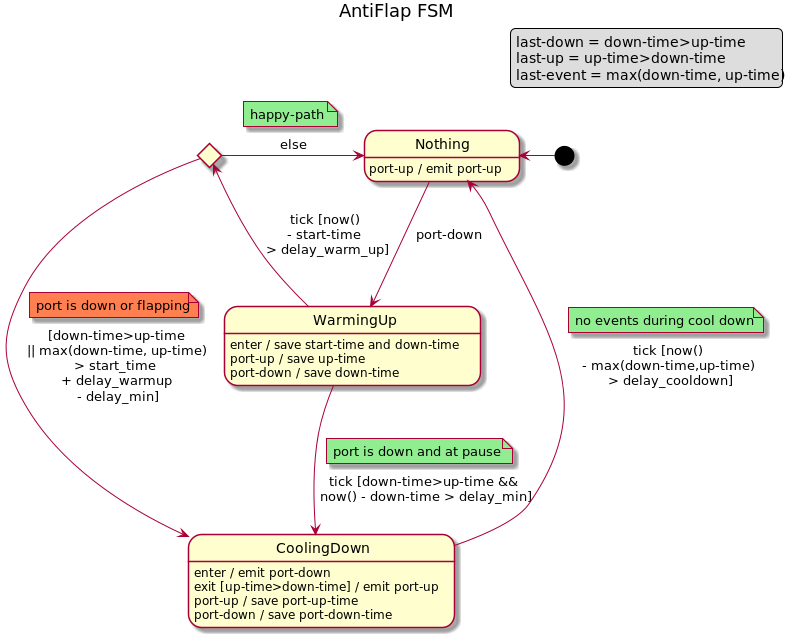
Before: docs/design/network-discovery/AF-FSM.png, a diagram exported from PlantUML (telstra/open-kilda). Source of this version:
```plantuml
@startuml
title AntiFlap FSM
legend top right
    last-down = down-time>up-time
    last-up = up-time>down-time
    last-event = max(down-time, up-time)
endlegend

[*] -l-> Nothing
state WarmingUpEnded <<choice>>

Nothing : port-up / emit port-up
Nothing -d-> WarmingUp : port-down

WarmingUp: enter / save start-time and down-time
WarmingUp: port-up / save up-time
WarmingUp: port-down / save down-time
WarmingUp -d-> CoolingDown : tick [down-time>up-time &&\nnow() - down-time > delay_min]
note top on link #lightgreen: port is down and at pause
WarmingUp -l-> WarmingUpEnded : tick [now() \n- start-time \n> delay_warm_up]

WarmingUpEnded -> CoolingDown : [down-time>up-time \n|| max(down-time, up-time) \n> start_time \n+ delay_warmup \n- delay_min]
note top on link #coral: port is down or flapping
WarmingUpEnded -> Nothing : else
note top on link #lightgreen: happy-path

CoolingDown: enter / emit port-down
CoolingDown: exit [up-time>down-time] / emit port-up
CoolingDown: port-up / save port-up-time
CoolingDown: port-down / save port-down-time
CoolingDown -u-> Nothing : tick [now() \n- max(down-time,up-time) \n> delay_cooldown]
note top on link #lightgreen: no events during cool down
@enduml
```
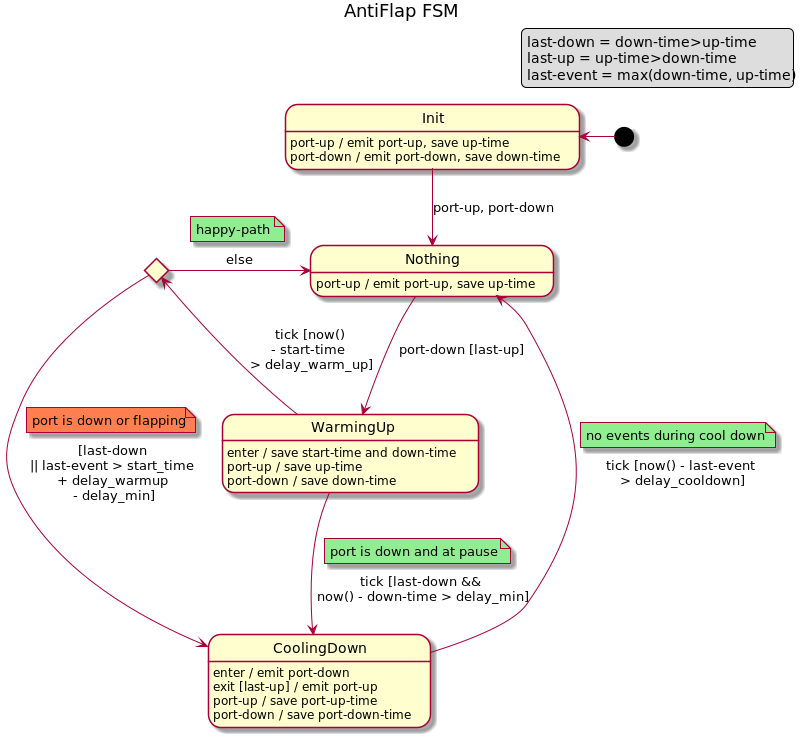
The same diagram one commit later.

Commit message:
Fix Antiflap for skip UP event on WarmingUp state mk2

The edit, as a diff of the source:
```diff
@@ -6,28 +6,33 @@
     last-event = max(down-time, up-time)
 endlegend
 
-[*] -l-> Nothing
+[*] -l-> Init
+
+Init --> Nothing : port-up, port-down
+Init: port-up / emit port-up, save up-time
+Init: port-down / emit port-down, save down-time
+
 state WarmingUpEnded <<choice>>
 
-Nothing : port-up / emit port-up
-Nothing -d-> WarmingUp : port-down
+Nothing: port-up / emit port-up, save up-time
+Nothing -d-> WarmingUp : port-down [last-up]
 
 WarmingUp: enter / save start-time and down-time
 WarmingUp: port-up / save up-time
 WarmingUp: port-down / save down-time
-WarmingUp -d-> CoolingDown : tick [down-time>up-time &&\nnow() - down-time > delay_min]
+WarmingUp -d-> CoolingDown : tick [last-down &&\nnow() - down-time > delay_min]
 note top on link #lightgreen: port is down and at pause
 WarmingUp -l-> WarmingUpEnded : tick [now() \n- start-time \n> delay_warm_up]
 
-WarmingUpEnded -> CoolingDown : [down-time>up-time \n|| max(down-time, up-time) \n> start_time \n+ delay_warmup \n- delay_min]
+WarmingUpEnded -> CoolingDown : [last-down \n|| last-event > start_time \n+ delay_warmup \n- delay_min]
 note top on link #coral: port is down or flapping
 WarmingUpEnded -> Nothing : else
 note top on link #lightgreen: happy-path
 
 CoolingDown: enter / emit port-down
-CoolingDown: exit [up-time>down-time] / emit port-up
+CoolingDown: exit [last-up] / emit port-up
 CoolingDown: port-up / save port-up-time
 CoolingDown: port-down / save port-down-time
-CoolingDown -u-> Nothing : tick [now() \n- max(down-time,up-time) \n> delay_cooldown]
+CoolingDown -u-> Nothing : tick [now() - last-event \n> delay_cooldown]
 note top on link #lightgreen: no events during cool down
 @enduml
```
